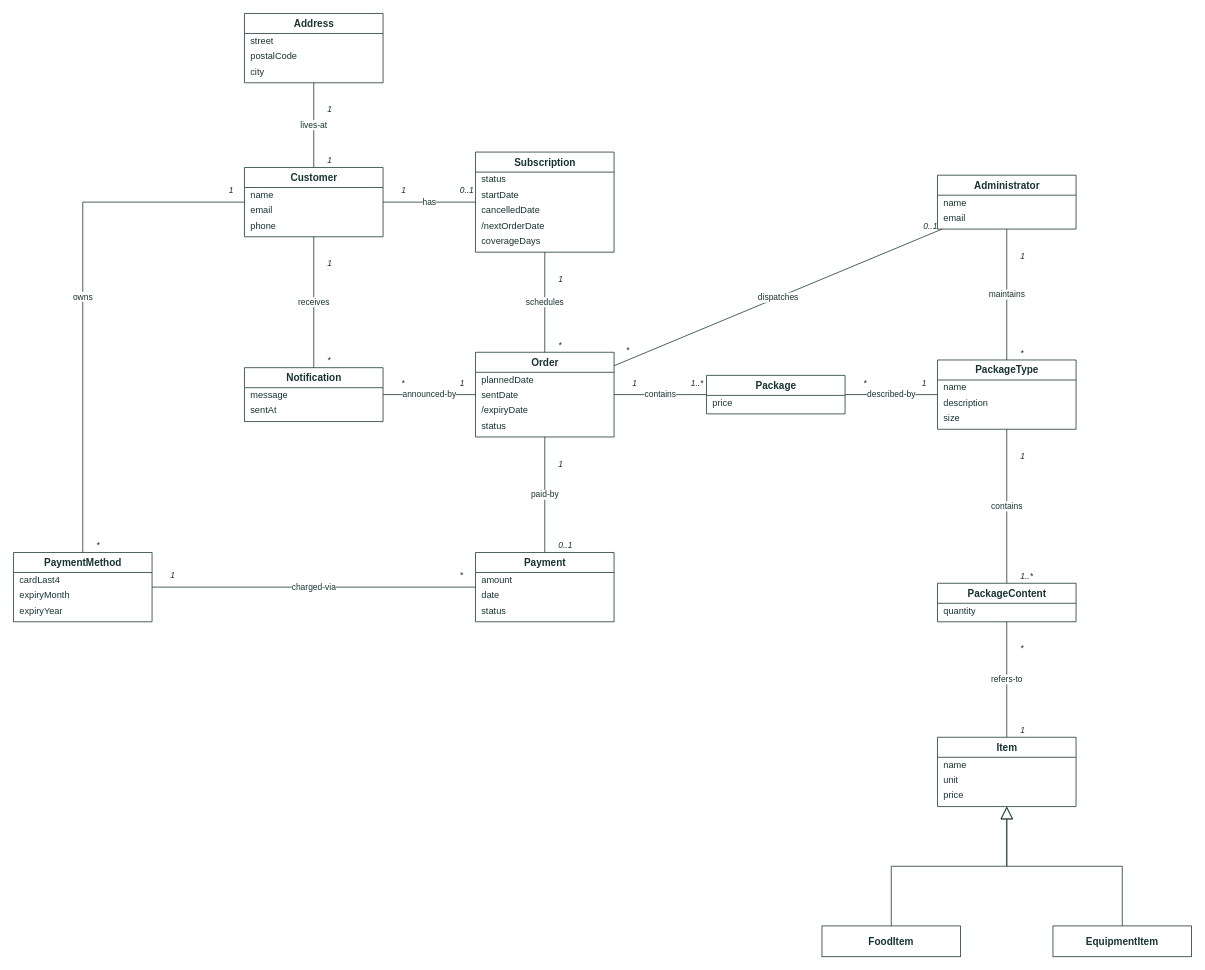
The draw.io diagram page "Domain model" (1 of 3) of docs/assets/drawio/domain-model.drawio in Mosekjaer/prepmeup, before the edit. Source tidied: cells renumbered, new cells numbered last; positions are measured from the earlier drawing's top-left corner, leaving out a move shared by most shapes. Both pictures are drawn from the tidied source at 77%, with x=0, y=0 at pixel (13, 13).
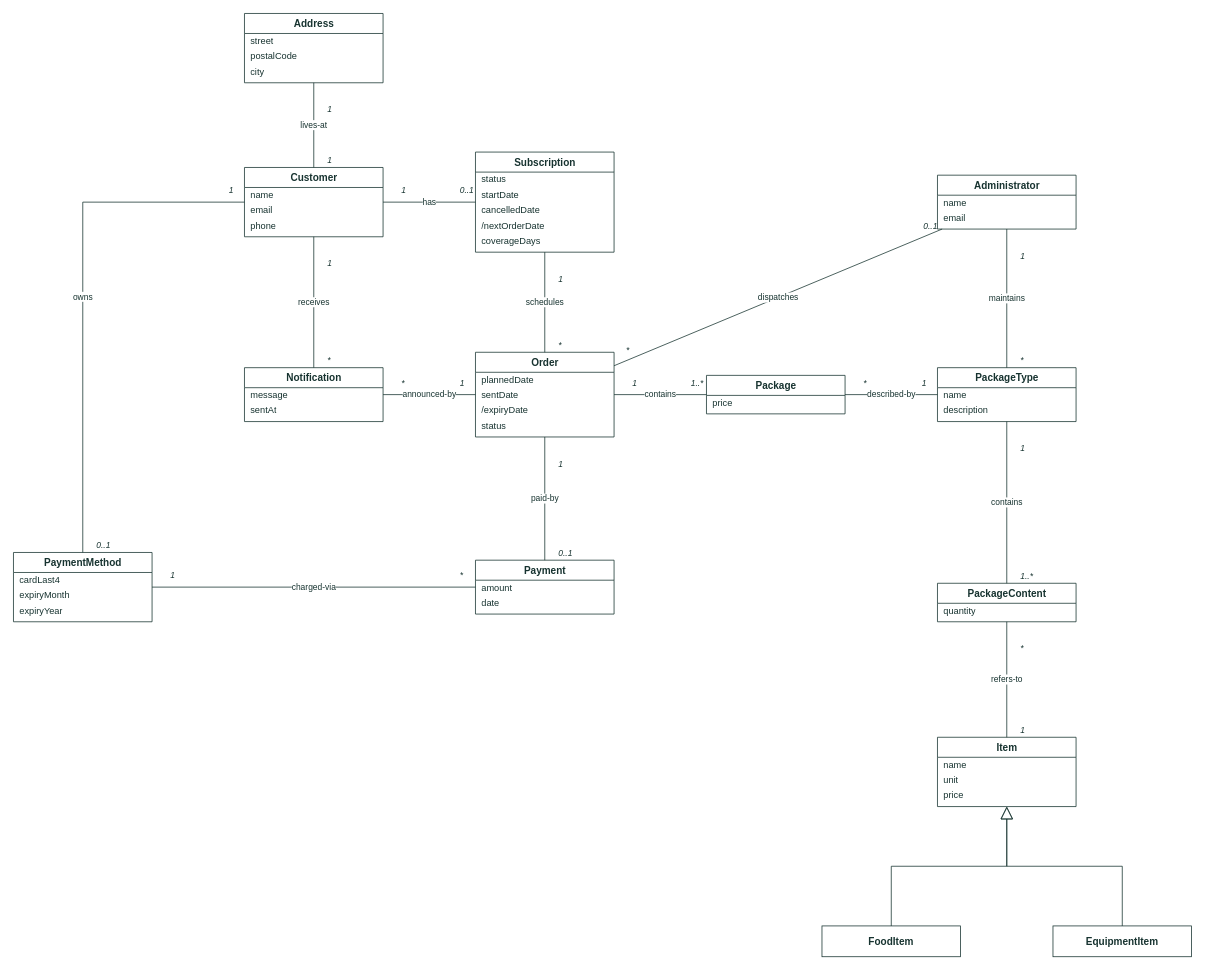
The same diagram, later.

Commit message (it also covers changes not shown here):
docs: one card per customer and no package size

A customer has one payment method, so is_default is removed. Payments lose provider_charge_id and status and get paid_at. Package types drop size: adult and child versions are separate package types.

The change refers to these unchanged cells:
```xml
<mxCell id="58" value="owns" style="endArrow=none;html=1;rounded=0;strokeColor=#173330;fontColor=#173330;fontSize=11;labelBackgroundColor=#FFFFFF;edgeStyle=orthogonalEdgeStyle;exitX=0;exitY=0.5;exitDx=0;exitDy=0;entryX=0.5;entryY=0;entryDx=0;entryDy=0;" parent="1" edge="1" source="6" target="33">
  <mxGeometry relative="1" as="geometry" />
</mxCell>
```

Diff of the diagram source:
```diff
@@
     <mxCell id="29" value="PackageType" style="swimlane;fontStyle=1;horizontal=1;startSize=26;fillColor=#FFFFFF;swimlaneFillColor=#FFFFFF;strokeColor=#173330;fontColor=#173330;fontSize=13;html=1;" parent="1" vertex="1">
-      <mxGeometry x="1200" y="450" width="180" height="90" as="geometry" />
+      <mxGeometry x="1200" y="460" width="180" height="70" as="geometry" />
     </mxCell>
@@
-    <mxCell id="32" value="size" style="text;strokeColor=none;fillColor=none;align=left;verticalAlign=middle;spacingLeft=6;spacingRight=4;overflow=hidden;fontSize=12;html=1;fontColor=#173330;" parent="29" vertex="1">
-      <mxGeometry y="66" width="180" height="20" as="geometry" />
-    </mxCell>
@@
     <mxCell id="37" value="Payment" style="swimlane;fontStyle=1;horizontal=1;startSize=26;fillColor=#FFFFFF;swimlaneFillColor=#FFFFFF;strokeColor=#173330;fontColor=#173330;fontSize=13;html=1;" parent="1" vertex="1">
-      <mxGeometry x="600" y="700" width="180" height="90" as="geometry" />
+      <mxGeometry x="600" y="710" width="180" height="70" as="geometry" />
     </mxCell>
@@
-    <mxCell id="40" value="status" style="text;strokeColor=none;fillColor=none;align=left;verticalAlign=middle;spacingLeft=6;spacingRight=4;overflow=hidden;fontSize=12;html=1;fontColor=#173330;" parent="37" vertex="1">
-      <mxGeometry y="66" width="180" height="20" as="geometry" />
-    </mxCell>
@@
-    <mxCell id="60" value="*" style="edgeLabel;html=1;fontSize=11;fontStyle=2;fontColor=#173330;labelBackgroundColor=none;" parent="58" vertex="1">
+    <mxCell id="60" value="0..1" style="edgeLabel;html=1;fontSize=11;fontStyle=2;fontColor=#173330;labelBackgroundColor=none;" parent="58" vertex="1">
       <mxGeometry x="1" relative="1" as="geometry">
         <mxPoint x="16" y="-22" as="offset" />
       </mxGeometry>
     </mxCell>
```
